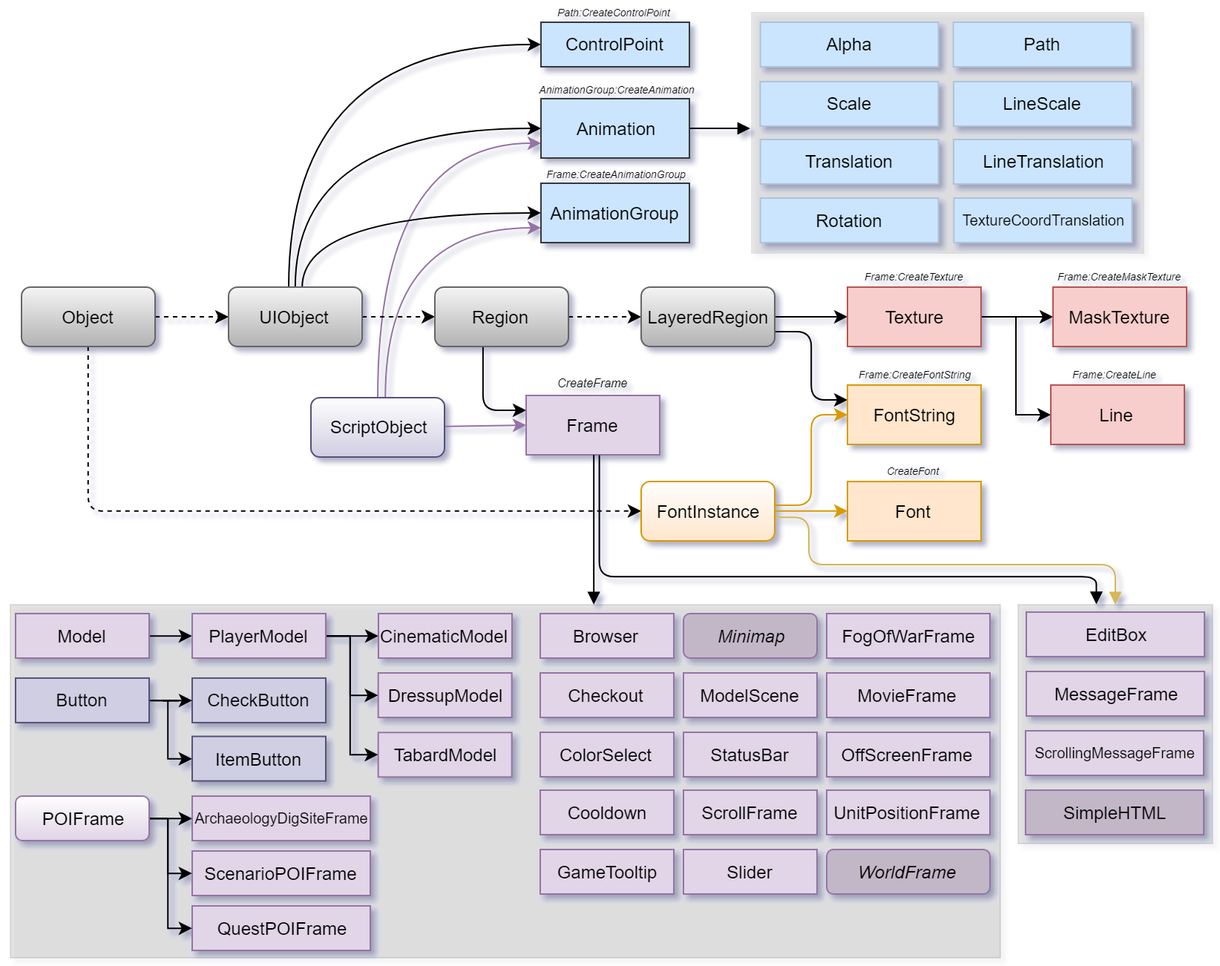
Before: Resources/WidgetHierarchy.png, a diagram exported from draw.io (Ketho/BlizzardInterfaceResources). Source tidied: cells renumbered, new cells last; positions are measured from the earlier drawing's top-left corner, leaving out a move shared by most shapes.
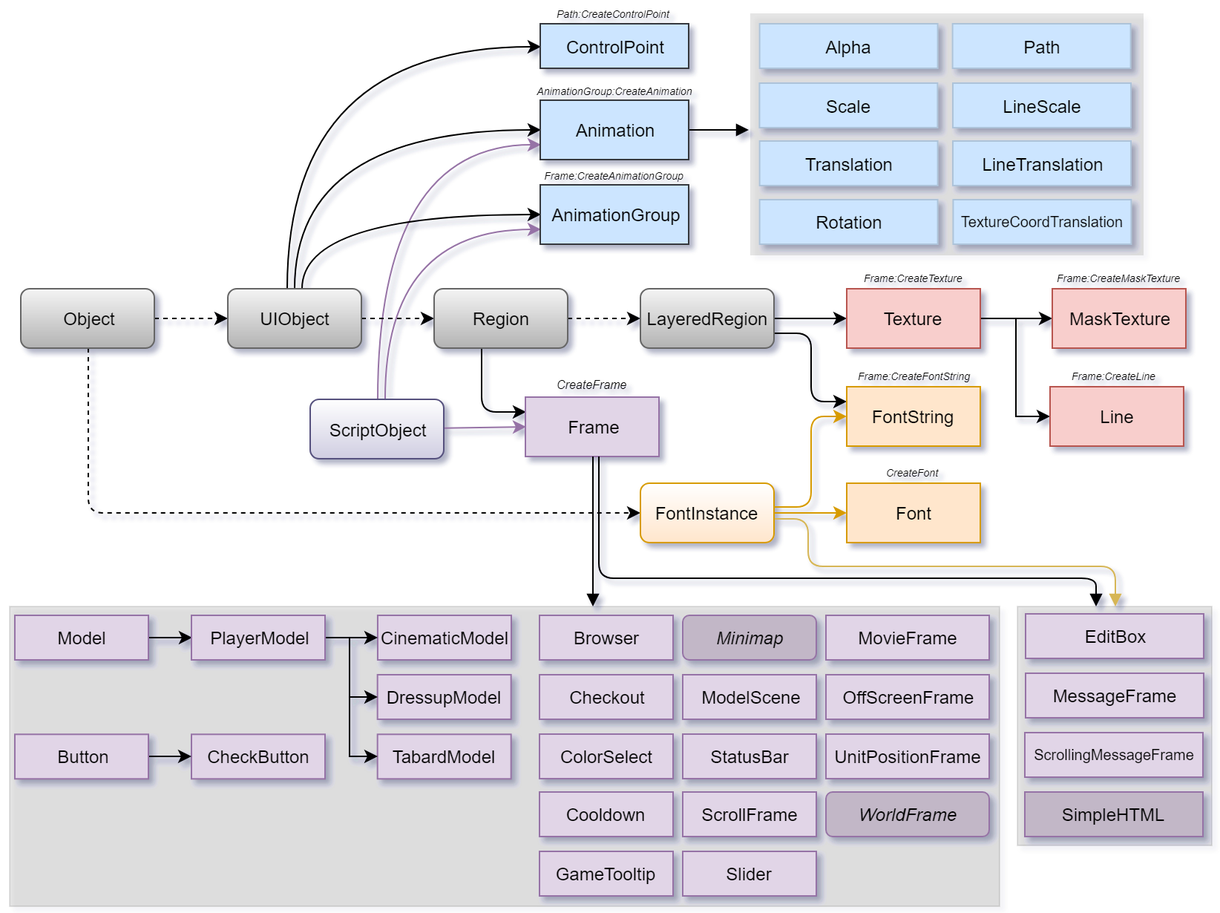
The same diagram one commit later.

What changed in the source:
```diff
@@ -212,31 +212,19 @@
       <mxGeometry x="684" y="494" width="120" height="30" as="geometry" />
     </mxCell>
     <mxCell id="68" style="rounded=0;whiteSpace=wrap;html=1;fillColor=#000000;opacity=10;" parent="1" vertex="1">
-      <mxGeometry y="409" width="667" height="238" as="geometry" />
+      <mxGeometry y="409" width="667" height="202" as="geometry" />
     </mxCell>
-    <mxCell id="69" value="ScenarioPOIFrame&lt;br style=&quot;font-size: 12px;&quot;&gt;" style="rounded=0;whiteSpace=wrap;html=1;shadow=0;glass=0;comic=0;strokeColor=#9673a6;fillColor=#e1d5e7;fontSize=12;flipV=0;" parent="1" vertex="1">
-      <mxGeometry x="122.5" y="575" width="120" height="30" as="geometry" />
-    </mxCell>
-    <mxCell id="70" value="&lt;font style=&quot;font-size: 12px;&quot;&gt;QuestPOIFrame&lt;/font&gt;&lt;br style=&quot;font-size: 12px;&quot;&gt;" style="rounded=0;whiteSpace=wrap;html=1;shadow=0;glass=0;comic=0;strokeColor=#9673a6;fillColor=#e1d5e7;fontSize=12;flipV=1;flipH=1;" parent="1" vertex="1">
-      <mxGeometry x="122.5" y="612" width="120" height="30" as="geometry" />
-    </mxCell>
     <mxCell id="71" value="&lt;font style=&quot;font-size: 12px;&quot;&gt;OffScreenFrame&lt;/font&gt;&lt;br style=&quot;font-size: 12px;&quot;&gt;" style="rounded=0;whiteSpace=wrap;html=1;shadow=0;glass=0;comic=0;strokeColor=#9673a6;fillColor=#e1d5e7;fontSize=12;flipV=1;" parent="1" vertex="1">
-      <mxGeometry x="550" y="495" width="110" height="30" as="geometry" />
+      <mxGeometry x="550" y="455" width="110" height="30" as="geometry" />
     </mxCell>
     <mxCell id="72" value="MovieFrame&lt;br style=&quot;font-size: 12px;&quot;&gt;" style="rounded=0;whiteSpace=wrap;html=1;shadow=0;glass=0;comic=0;strokeColor=#9673a6;fillColor=#e1d5e7;fontSize=12;flipV=1;" parent="1" vertex="1">
-      <mxGeometry x="550" y="455" width="110" height="30" as="geometry" />
+      <mxGeometry x="550" y="415" width="110" height="30" as="geometry" />
     </mxCell>
-    <mxCell id="73" value="&lt;font style=&quot;font-size: 12px;&quot;&gt;FogOfWarFrame&lt;/font&gt;&lt;br style=&quot;font-size: 12px;&quot;&gt;" style="rounded=0;whiteSpace=wrap;html=1;shadow=0;glass=0;comic=0;strokeColor=#9673a6;fillColor=#e1d5e7;fontSize=12;flipV=1;" parent="1" vertex="1">
-      <mxGeometry x="550" y="415" width="110" height="30" as="geometry" />
-    </mxCell>
-    <mxCell id="74" value="ArchaeologyDigSiteFrame&lt;br style=&quot;font-size: 10px;&quot;&gt;" style="rounded=0;whiteSpace=wrap;html=1;shadow=0;glass=0;comic=0;strokeColor=#9673a6;fillColor=#e1d5e7;fontSize=10;flipH=1;flipV=1;" parent="1" vertex="1">
-      <mxGeometry x="122.5" y="538" width="120" height="30" as="geometry" />
-    </mxCell>
     <mxCell id="75" value="Minimap" style="rounded=1;whiteSpace=wrap;html=1;fillColor=#C2B7C7;strokeColor=#9673a6;fontStyle=2;flipH=1;" parent="1" vertex="1">
       <mxGeometry x="453.5" y="415" width="90" height="30" as="geometry" />
     </mxCell>
     <mxCell id="76" value="WorldFrame" style="rounded=1;whiteSpace=wrap;html=1;fillColor=#C2B7C7;strokeColor=#9673a6;fontStyle=2;flipH=1;" parent="1" vertex="1">
-      <mxGeometry x="550" y="574" width="110" height="30" as="geometry" />
+      <mxGeometry x="550" y="534" width="110" height="30" as="geometry" />
     </mxCell>
     <mxCell id="77" value="Browser&lt;br&gt;" style="rounded=0;whiteSpace=wrap;html=1;shadow=0;glass=0;comic=0;strokeColor=#9673a6;fillColor=#e1d5e7;flipH=1;" parent="1" vertex="1">
       <mxGeometry x="357" y="415" width="90" height="30" as="geometry" />
@@ -271,25 +259,14 @@
     <mxCell id="87" value="Model&lt;br&gt;" style="rounded=0;whiteSpace=wrap;html=1;shadow=0;glass=0;comic=0;strokeColor=#9673a6;fillColor=#e1d5e7;" parent="1" vertex="1">
       <mxGeometry x="3.5" y="415" width="90" height="30" as="geometry" />
     </mxCell>
-    <mxCell id="88" value="ItemButton&lt;br&gt;" style="rounded=0;whiteSpace=wrap;html=1;shadow=0;glass=0;comic=0;strokeColor=#56517e;fillColor=#d0cee2;" parent="1" vertex="1">
-      <mxGeometry x="122.5" y="497.8" width="90" height="30" as="geometry" />
-    </mxCell>
-    <mxCell id="89" value="CheckButton&lt;br&gt;" style="rounded=0;whiteSpace=wrap;html=1;shadow=0;glass=0;comic=0;strokeColor=#56517e;fillColor=#d0cee2;" parent="1" vertex="1">
-      <mxGeometry x="122.5" y="458.5" width="90" height="30" as="geometry" />
+    <mxCell id="89" value="CheckButton&lt;br&gt;" style="rounded=0;whiteSpace=wrap;html=1;shadow=0;glass=0;comic=0;strokeColor=#9673a6;fillColor=#e1d5e7;" parent="1" vertex="1">
+      <mxGeometry x="122.5" y="495.2" width="90" height="30" as="geometry" />
     </mxCell>
     <mxCell id="90" style="edgeStyle=orthogonalEdgeStyle;rounded=0;jettySize=auto;html=1;" parent="1" edge="1" source="92" target="89">
       <mxGeometry relative="1" as="geometry" />
     </mxCell>
-    <mxCell id="91" style="edgeStyle=orthogonalEdgeStyle;rounded=0;jettySize=auto;html=1;entryX=0;entryY=0.5;entryDx=0;entryDy=0;" parent="1" edge="1" source="92" target="88">
-      <mxGeometry relative="1" as="geometry">
-        <Array as="points">
-          <mxPoint x="106" y="473" />
-          <mxPoint x="106" y="513" />
-        </Array>
-      </mxGeometry>
-    </mxCell>
-    <mxCell id="92" value="Button&lt;br&gt;" style="rounded=0;whiteSpace=wrap;html=1;shadow=0;glass=0;comic=0;strokeColor=#56517e;fillColor=#d0cee2;" parent="1" vertex="1">
-      <mxGeometry x="3.5" y="458.5" width="90" height="30" as="geometry" />
+    <mxCell id="92" value="Button&lt;br&gt;" style="rounded=0;whiteSpace=wrap;html=1;shadow=0;glass=0;comic=0;strokeColor=#9673a6;fillColor=#e1d5e7;" parent="1" vertex="1">
+      <mxGeometry x="3.5" y="495.2" width="90" height="30" as="geometry" />
     </mxCell>
     <mxCell id="93" value="TabardModel&lt;br&gt;" style="rounded=0;whiteSpace=wrap;html=1;shadow=0;glass=0;comic=0;strokeColor=#9673a6;fillColor=#e1d5e7;" parent="1" vertex="1">
       <mxGeometry x="247.8" y="495.2" width="90" height="30" as="geometry" />
@@ -323,30 +300,8 @@
       <mxGeometry x="122.5" y="415" width="90" height="30" as="geometry" />
     </mxCell>
     <mxCell id="100" value="UnitPositionFrame&lt;br style=&quot;font-size: 12px;&quot;&gt;" style="rounded=0;whiteSpace=wrap;html=1;shadow=0;glass=0;comic=0;strokeColor=#9673a6;fillColor=#e1d5e7;fontSize=12;flipV=1;" parent="1" vertex="1">
-      <mxGeometry x="550" y="534" width="110" height="30" as="geometry" />
+      <mxGeometry x="550" y="495" width="110" height="30" as="geometry" />
     </mxCell>
-    <mxCell id="101" style="edgeStyle=orthogonalEdgeStyle;rounded=0;jettySize=auto;html=1;entryX=0;entryY=0.5;entryDx=0;entryDy=0;" parent="1" edge="1" source="104" target="74">
-      <mxGeometry relative="1" as="geometry" />
-    </mxCell>
-    <mxCell id="102" style="edgeStyle=orthogonalEdgeStyle;rounded=0;jettySize=auto;html=1;entryX=0;entryY=0.5;entryDx=0;entryDy=0;" parent="1" edge="1" source="104" target="69">
-      <mxGeometry relative="1" as="geometry">
-        <Array as="points">
-          <mxPoint x="106" y="553" />
-          <mxPoint x="106" y="590" />
-        </Array>
-      </mxGeometry>
-    </mxCell>
-    <mxCell id="103" style="edgeStyle=orthogonalEdgeStyle;rounded=0;jettySize=auto;html=1;entryX=0;entryY=0.5;entryDx=0;entryDy=0;" parent="1" edge="1" source="104" target="70">
-      <mxGeometry relative="1" as="geometry">
-        <Array as="points">
-          <mxPoint x="106" y="553" />
-          <mxPoint x="106" y="627" />
-        </Array>
-      </mxGeometry>
-    </mxCell>
-    <mxCell id="104" value="POIFrame" style="rounded=1;whiteSpace=wrap;html=1;fillColor=#e1d5e7;strokeColor=#9673a6;gradientDirection=north;gradientColor=#ffffff;" parent="1" vertex="1">
-      <mxGeometry x="3.5" y="538" width="90" height="30" as="geometry" />
-    </mxCell>
     <mxCell id="105" style="edgeStyle=orthogonalEdgeStyle;rounded=0;jettySize=auto;html=1;endArrow=block;endFill=1;" parent="1" edge="1" source="27">
       <mxGeometry relative="1" as="geometry">
         <mxPoint x="393" y="409" as="targetPoint" />
```
